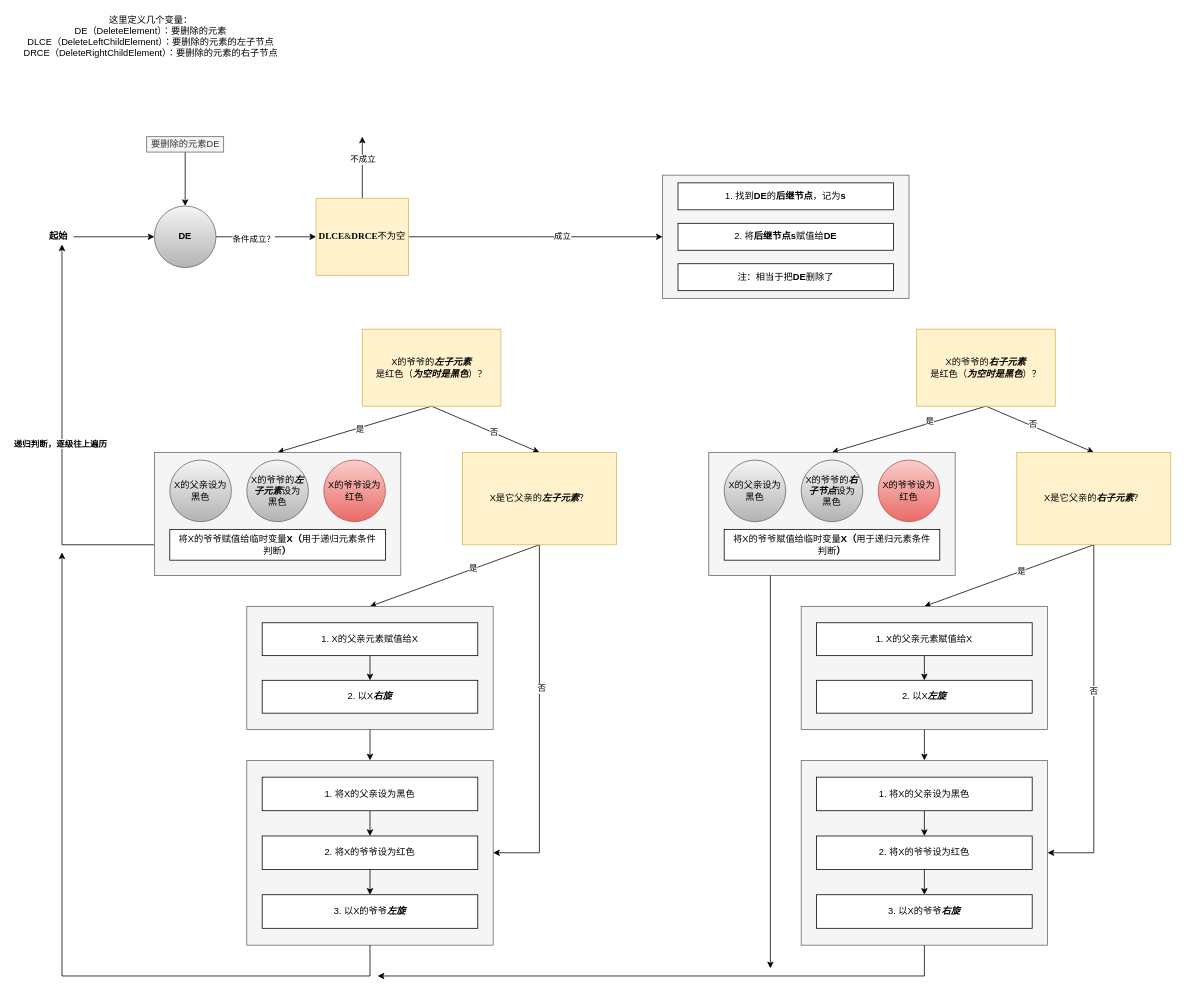
This is typora/JavaSE/6 集合/drawio/TreeMap/删除元素过程.drawio from LDChing0321/JavaLearn, a draw.io file, before an edit. Source tidied: cells renumbered, new cells numbered last; positions are measured from the earlier drawing's top-left corner, leaving out a move shared by most shapes. Both pictures are drawn from the tidied source at 77%, with x=0, y=0 at pixel (15, 13).
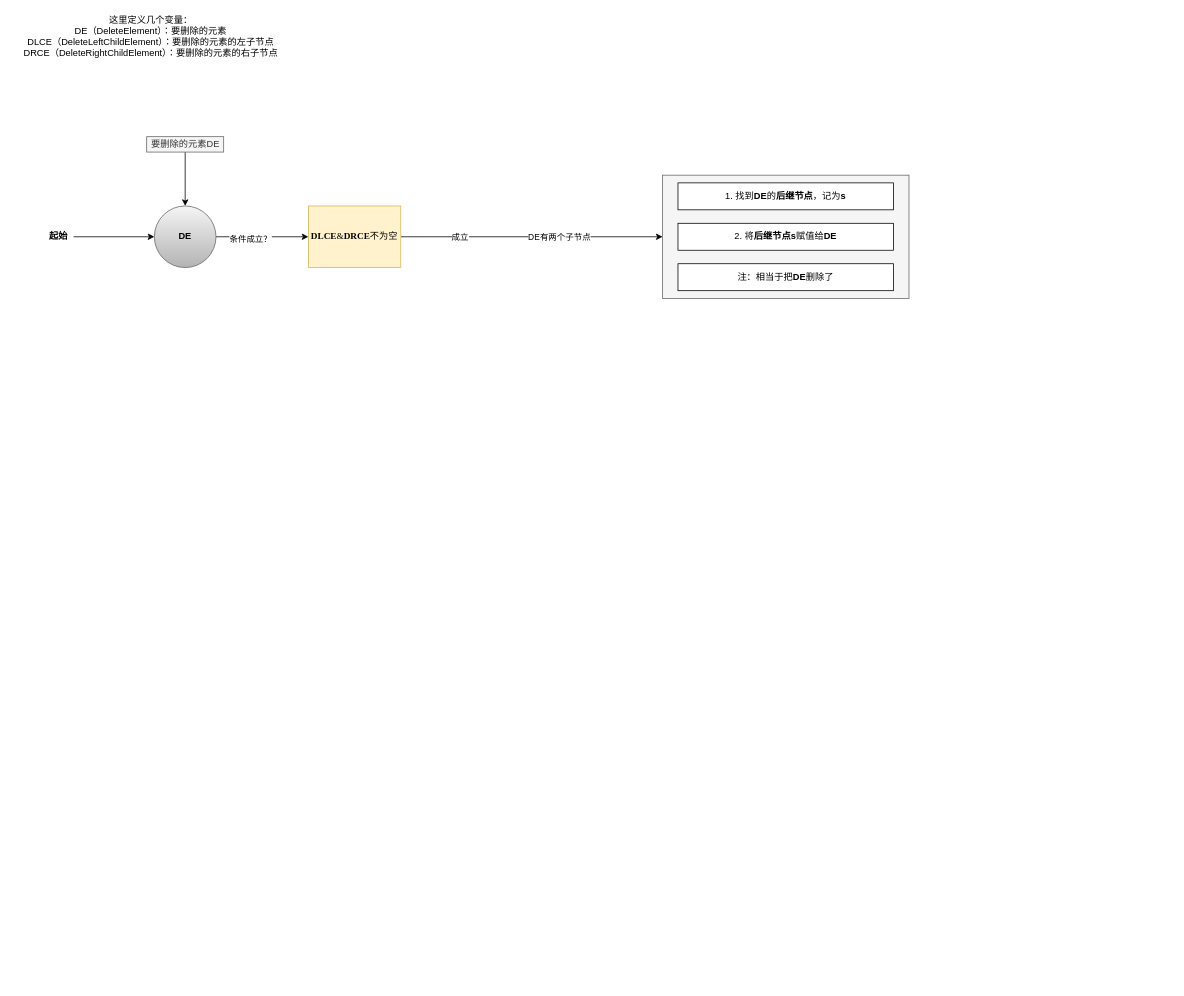
The same page after the edit.

Commit message (it also covers changes not shown here):
更新删除元素过程.drawio

Unchanged cells that the change refers to:
```xml
<mxCell id="5" value="&lt;font face=&quot;Tahoma&quot;&gt;起始&lt;/font&gt;" style="text;html=1;align=center;verticalAlign=middle;points=[];strokeColor=none;fontStyle=1;spacingTop=0;spacing=0;fontFamily=Times New Roman;" parent="1" vertex="1">
  <mxGeometry x="35" y="280" width="40" height="20" as="geometry" />
</mxCell>
<mxCell id="8" value="DE" style="ellipse;whiteSpace=wrap;html=1;fillColor=#f5f5f5;strokeColor=#666666;fontStyle=1;gradientColor=#b3b3b3;" parent="1" vertex="1">
  <mxGeometry x="180" y="250" width="80" height="80" as="geometry" />
</mxCell>
<mxCell id="9" style="edgeStyle=orthogonalEdgeStyle;rounded=0;jettySize=auto;html=1;entryX=0;entryY=0.5;entryDx=0;entryDy=0;" parent="1" edge="1" source="13">
  <mxGeometry relative="1" as="geometry">
    <mxPoint x="840" y="290" as="targetPoint" />
  </mxGeometry>
</mxCell>
```

Diff of the diagram source:
```diff
@@
     <mxCell id="6" style="edgeStyle=orthogonalEdgeStyle;rounded=0;jettySize=auto;html=1;fontFamily=Times New Roman;" parent="1" edge="1" source="8">
       <mxGeometry relative="1" as="geometry">
-        <mxPoint x="390" y="290" as="targetPoint" />
+        <mxPoint x="380" y="290" as="targetPoint" />
       </mxGeometry>
     </mxCell>
@@
     <mxCell id="10" value="成立" style="edgeLabel;html=1;align=center;verticalAlign=middle;" parent="9" vertex="1">
-      <mxGeometry x="0.21" y="2" relative="1" as="geometry" />
+      <mxGeometry x="0.21" y="2" relative="1" as="geometry">
+        <mxPoint x="-129" y="2" as="offset" />
+      </mxGeometry>
     </mxCell>
-    <mxCell id="11" style="edgeStyle=orthogonalEdgeStyle;rounded=0;jettySize=auto;html=1;" parent="1" edge="1" source="13">
-      <mxGeometry relative="1" as="geometry">
-        <mxPoint x="450" y="160" as="targetPoint" />
-      </mxGeometry>
-    </mxCell>
-    <mxCell id="12" value="不成立" style="edgeLabel;html=1;align=center;verticalAlign=middle;" parent="11" vertex="1">
-      <mxGeometry x="0.26" relative="1" as="geometry" />
-    </mxCell>
+    <mxCell id="82" value="DE有两个子节点" style="edgeLabel;html=1;align=center;verticalAlign=middle;" parent="9" vertex="1">
+      <mxGeometry x="0.21" relative="1" as="geometry" />
+    </mxCell>
     <mxCell id="13" value="&lt;b&gt;DLCE&lt;/b&gt;&amp;amp;&lt;b&gt;DRCE&lt;/b&gt;不为空" style="rounded=0;whiteSpace=wrap;html=1;fontFamily=Times New Roman;align=center;fillColor=#fff2cc;strokeColor=#d6b656;" parent="1" vertex="1">
-      <mxGeometry x="390" y="240" width="120" height="100" as="geometry" />
+      <mxGeometry x="380" y="250" width="120" height="80" as="geometry" />
     </mxCell>
-    <mxCell id="14" style="rounded=0;jettySize=auto;html=1;exitX=0.5;exitY=1;exitDx=0;exitDy=0;entryX=0.5;entryY=0;entryDx=0;entryDy=0;" parent="1" edge="1" source="18" target="45">
-      <mxGeometry relative="1" as="geometry" />
-    </mxCell>
-    <mxCell id="15" value="是" style="edgeLabel;html=1;align=center;verticalAlign=middle;" parent="14" vertex="1">
-      <mxGeometry x="-0.27" y="-2" relative="1" as="geometry" />
-    </mxCell>
-    <mxCell id="16" style="edgeStyle=none;rounded=0;jettySize=auto;html=1;exitX=0.5;exitY=1;exitDx=0;exitDy=0;entryX=0.5;entryY=0;entryDx=0;entryDy=0;" parent="1" edge="1" source="18" target="54">
-      <mxGeometry relative="1" as="geometry" />
-    </mxCell>
-    <mxCell id="17" value="否" style="edgeLabel;html=1;align=center;verticalAlign=middle;" parent="16" vertex="1">
-      <mxGeometry x="-0.15" y="2" relative="1" as="geometry" />
-    </mxCell>
-    <mxCell id="18" value="X的爷爷的&lt;b&gt;&lt;font size=&quot;1&quot;&gt;&lt;i style=&quot;font-size: 12px&quot;&gt;右子元素&lt;/i&gt;&lt;/font&gt;&lt;/b&gt;&lt;br&gt;是红色（&lt;b&gt;&lt;i&gt;为空时是黑色&lt;/i&gt;&lt;/b&gt;）？" style="rounded=0;whiteSpace=wrap;html=1;fillColor=#fff2cc;strokeColor=#d6b656;" parent="1" vertex="1">
-      <mxGeometry x="1170" y="410" width="180" height="100" as="geometry" />
-    </mxCell>
-    <mxCell id="19" style="edgeStyle=none;rounded=0;jettySize=auto;html=1;exitX=0.5;exitY=1;exitDx=0;exitDy=0;entryX=0.5;entryY=0;entryDx=0;entryDy=0;" parent="1" edge="1" source="23" target="39">
-      <mxGeometry relative="1" as="geometry" />
-    </mxCell>
-    <mxCell id="20" value="是" style="edgeLabel;html=1;align=center;verticalAlign=middle;" parent="19" vertex="1">
-      <mxGeometry x="-0.06" y="1" relative="1" as="geometry" />
-    </mxCell>
-    <mxCell id="21" style="edgeStyle=none;rounded=0;jettySize=auto;html=1;exitX=0.5;exitY=1;exitDx=0;exitDy=0;entryX=0.5;entryY=0;entryDx=0;entryDy=0;" parent="1" edge="1" source="23" target="30">
-      <mxGeometry relative="1" as="geometry" />
-    </mxCell>
-    <mxCell id="22" value="否" style="edgeLabel;html=1;align=center;verticalAlign=middle;" parent="21" vertex="1">
-      <mxGeometry x="0.15" y="1" relative="1" as="geometry">
-        <mxPoint x="-1" as="offset" />
-      </mxGeometry>
-    </mxCell>
-    <mxCell id="23" value="X的爷爷的&lt;b&gt;&lt;font size=&quot;1&quot;&gt;&lt;i style=&quot;font-size: 12px&quot;&gt;左子元素&lt;/i&gt;&lt;/font&gt;&lt;/b&gt;&lt;br&gt;是红色（&lt;b&gt;&lt;i&gt;为空时是黑色&lt;/i&gt;&lt;/b&gt;）？" style="rounded=0;whiteSpace=wrap;html=1;fillColor=#fff2cc;strokeColor=#d6b656;" parent="1" vertex="1">
-      <mxGeometry x="450" y="410" width="180" height="100" as="geometry" />
-    </mxCell>
-    <mxCell id="24" style="edgeStyle=orthogonalEdgeStyle;rounded=0;jettySize=auto;html=1;" parent="1" edge="1" source="39" target="5">
-      <mxGeometry relative="1" as="geometry">
-        <Array as="points">
-          <mxPoint x="60" y="690" />
-        </Array>
-      </mxGeometry>
-    </mxCell>
-    <mxCell id="25" value="递归判断，逐级往上遍历" style="edgeLabel;html=1;align=center;verticalAlign=middle;fontStyle=1;" parent="24" vertex="1">
-      <mxGeometry x="-0.01" y="3" relative="1" as="geometry" />
-    </mxCell>
-    <mxCell id="26" style="edgeStyle=none;rounded=0;jettySize=auto;html=1;exitX=0.5;exitY=1;exitDx=0;exitDy=0;entryX=0.5;entryY=0;entryDx=0;entryDy=0;" parent="1" edge="1" source="30" target="69">
-      <mxGeometry relative="1" as="geometry" />
-    </mxCell>
-    <mxCell id="27" value="是" style="edgeLabel;html=1;align=center;verticalAlign=middle;" parent="26" vertex="1">
-      <mxGeometry x="-0.21" y="-1" relative="1" as="geometry" />
-    </mxCell>
-    <mxCell id="28" style="edgeStyle=orthogonalEdgeStyle;rounded=0;jettySize=auto;html=1;exitX=0.5;exitY=1;exitDx=0;exitDy=0;entryX=1;entryY=0.5;entryDx=0;entryDy=0;" parent="1" edge="1" source="30" target="32">
-      <mxGeometry relative="1" as="geometry" />
-    </mxCell>
-    <mxCell id="29" value="否" style="edgeLabel;html=1;align=center;verticalAlign=middle;" parent="28" vertex="1">
-      <mxGeometry x="-0.19" y="2" relative="1" as="geometry" />
-    </mxCell>
-    <mxCell id="30" value="X是它父亲的&lt;b&gt;&lt;i&gt;左子元素&lt;/i&gt;&lt;/b&gt;？" style="rounded=0;whiteSpace=wrap;html=1;fillColor=#fff2cc;strokeColor=#d6b656;" parent="1" vertex="1">
-      <mxGeometry x="580" y="570" width="200" height="120" as="geometry" />
-    </mxCell>
-    <mxCell id="31" style="group;" parent="1" vertex="1">
-      <mxGeometry x="300" y="970" width="320" height="240" as="geometry" />
-    </mxCell>
-    <mxCell id="32" style="rounded=0;whiteSpace=wrap;html=1;fillColor=#f5f5f5;strokeColor=#666666;fontColor=#333333;" parent="31" vertex="1">
-      <mxGeometry width="320" height="240" as="geometry" />
-    </mxCell>
-    <mxCell id="33" value="1.&amp;nbsp;将X的父亲设为黑色" style="rounded=0;whiteSpace=wrap;html=1;" parent="31" vertex="1">
-      <mxGeometry x="20" y="21.8" width="280" height="43.6" as="geometry" />
-    </mxCell>
-    <mxCell id="34" value="2.&amp;nbsp;将X的爷爷设为红色" style="rounded=0;whiteSpace=wrap;html=1;" parent="31" vertex="1">
-      <mxGeometry x="20" y="98.2" width="280" height="43.6" as="geometry" />
-    </mxCell>
-    <mxCell id="35" style="edgeStyle=none;rounded=0;jettySize=auto;html=1;" parent="31" edge="1" source="33" target="34">
-      <mxGeometry relative="1" as="geometry" />
-    </mxCell>
-    <mxCell id="36" value="3.&amp;nbsp;以X的爷爷&lt;b&gt;&lt;i&gt;左旋&lt;/i&gt;&lt;/b&gt;" style="rounded=0;whiteSpace=wrap;html=1;" parent="31" vertex="1">
-      <mxGeometry x="20" y="174.5" width="280" height="43.6" as="geometry" />
-    </mxCell>
-    <mxCell id="37" style="edgeStyle=none;rounded=0;jettySize=auto;html=1;" parent="31" edge="1" source="34" target="36">
-      <mxGeometry relative="1" as="geometry" />
-    </mxCell>
-    <mxCell id="38" style="group;" parent="1" vertex="1">
-      <mxGeometry x="180" y="570" width="320" height="160" as="geometry" />
-    </mxCell>
-    <mxCell id="39" style="rounded=0;whiteSpace=wrap;html=1;fillColor=#f5f5f5;strokeColor=#666666;fontColor=#333333;" parent="38" vertex="1">
-      <mxGeometry width="320" height="160" as="geometry" />
-    </mxCell>
-    <mxCell id="40" value="X的父亲设为&lt;br&gt;黑色" style="ellipse;whiteSpace=wrap;html=1;fillColor=#f5f5f5;strokeColor=#666666;gradientColor=#b3b3b3;" parent="38" vertex="1">
-      <mxGeometry x="20" y="10" width="80" height="80" as="geometry" />
-    </mxCell>
-    <mxCell id="41" value="X的爷爷的&lt;b&gt;&lt;font style=&quot;font-size: 12px&quot;&gt;&lt;i&gt;左子元素&lt;/i&gt;&lt;/font&gt;&lt;/b&gt;设为&lt;br&gt;黑色" style="ellipse;whiteSpace=wrap;html=1;fillColor=#f5f5f5;strokeColor=#666666;gradientColor=#b3b3b3;" parent="38" vertex="1">
-      <mxGeometry x="120" y="10" width="80" height="80" as="geometry" />
-    </mxCell>
-    <mxCell id="42" value="X的爷爷设为&lt;br&gt;红色" style="ellipse;whiteSpace=wrap;html=1;fillColor=#f8cecc;strokeColor=#b85450;gradientColor=#ea6b66;" parent="38" vertex="1">
-      <mxGeometry x="220" y="10" width="80" height="80" as="geometry" />
-    </mxCell>
-    <mxCell id="43" value="将X的爷爷赋值给临时变量&lt;b&gt;X（&lt;/b&gt;用于递归元素条件&lt;br&gt;判断&lt;b&gt;）&lt;/b&gt;" style="rounded=0;whiteSpace=wrap;html=1;" parent="38" vertex="1">
-      <mxGeometry x="20" y="100" width="280" height="40" as="geometry" />
-    </mxCell>
-    <mxCell id="44" style="group;" parent="1" vertex="1">
-      <mxGeometry x="900" y="570" width="320" height="160" as="geometry" />
-    </mxCell>
-    <mxCell id="45" style="rounded=0;whiteSpace=wrap;html=1;fillColor=#f5f5f5;strokeColor=#666666;fontColor=#333333;" parent="44" vertex="1">
-      <mxGeometry width="320" height="160" as="geometry" />
-    </mxCell>
-    <mxCell id="46" value="X的父亲设为&lt;br&gt;黑色" style="ellipse;whiteSpace=wrap;html=1;fillColor=#f5f5f5;strokeColor=#666666;gradientColor=#b3b3b3;" parent="44" vertex="1">
-      <mxGeometry x="20" y="10" width="80" height="80" as="geometry" />
-    </mxCell>
-    <mxCell id="47" value="X的爷爷的&lt;font size=&quot;1&quot;&gt;&lt;b&gt;&lt;i style=&quot;font-size: 12px&quot;&gt;右子节点&lt;/i&gt;&lt;/b&gt;&lt;/font&gt;设为&lt;br&gt;黑色" style="ellipse;whiteSpace=wrap;html=1;fillColor=#f5f5f5;strokeColor=#666666;gradientColor=#b3b3b3;" parent="44" vertex="1">
-      <mxGeometry x="120" y="10" width="80" height="80" as="geometry" />
-    </mxCell>
-    <mxCell id="48" value="X的爷爷设为&lt;br&gt;红色" style="ellipse;whiteSpace=wrap;html=1;fillColor=#f8cecc;strokeColor=#b85450;gradientColor=#ea6b66;" parent="44" vertex="1">
-      <mxGeometry x="220" y="10" width="80" height="80" as="geometry" />
-    </mxCell>
-    <mxCell id="49" value="将X的爷爷赋值给临时变量&lt;b&gt;X（&lt;/b&gt;用于递归元素条件&lt;br&gt;判断&lt;b&gt;）&lt;/b&gt;" style="rounded=0;whiteSpace=wrap;html=1;" parent="44" vertex="1">
-      <mxGeometry x="20" y="100" width="280" height="40" as="geometry" />
-    </mxCell>
-    <mxCell id="50" style="rounded=0;jettySize=auto;html=1;exitX=0.5;exitY=1;exitDx=0;exitDy=0;entryX=0.5;entryY=0;entryDx=0;entryDy=0;" parent="1" edge="1" source="54" target="63">
-      <mxGeometry relative="1" as="geometry" />
-    </mxCell>
-    <mxCell id="51" value="是" style="edgeLabel;html=1;align=center;verticalAlign=middle;" parent="50" vertex="1">
-      <mxGeometry x="-0.14" relative="1" as="geometry" />
-    </mxCell>
-    <mxCell id="52" style="edgeStyle=orthogonalEdgeStyle;rounded=0;jettySize=auto;html=1;exitX=0.5;exitY=1;exitDx=0;exitDy=0;entryX=1;entryY=0.5;entryDx=0;entryDy=0;" parent="1" edge="1" source="54" target="56">
-      <mxGeometry relative="1" as="geometry" />
-    </mxCell>
-    <mxCell id="53" value="否" style="edgeLabel;html=1;align=center;verticalAlign=middle;" parent="52" vertex="1">
-      <mxGeometry x="-0.18" y="-1" relative="1" as="geometry" />
-    </mxCell>
-    <mxCell id="54" value="X是它父亲的&lt;b&gt;&lt;i&gt;右子元素&lt;/i&gt;&lt;/b&gt;？" style="rounded=0;whiteSpace=wrap;html=1;fillColor=#fff2cc;strokeColor=#d6b656;" parent="1" vertex="1">
-      <mxGeometry x="1300" y="570" width="200" height="120" as="geometry" />
-    </mxCell>
-    <mxCell id="55" style="group;" parent="1" vertex="1">
-      <mxGeometry x="1020" y="970" width="320" height="240" as="geometry" />
-    </mxCell>
-    <mxCell id="56" style="rounded=0;whiteSpace=wrap;html=1;fillColor=#f5f5f5;strokeColor=#666666;fontColor=#333333;" parent="55" vertex="1">
-      <mxGeometry width="320" height="240" as="geometry" />
-    </mxCell>
-    <mxCell id="57" value="1.&amp;nbsp;将X的父亲设为黑色" style="rounded=0;whiteSpace=wrap;html=1;" parent="55" vertex="1">
-      <mxGeometry x="20" y="21.8" width="280" height="43.6" as="geometry" />
-    </mxCell>
-    <mxCell id="58" value="2.&amp;nbsp;将X的爷爷设为红色" style="rounded=0;whiteSpace=wrap;html=1;" parent="55" vertex="1">
-      <mxGeometry x="20" y="98.2" width="280" height="43.6" as="geometry" />
-    </mxCell>
-    <mxCell id="59" style="edgeStyle=none;rounded=0;jettySize=auto;html=1;" parent="55" edge="1" source="57" target="58">
-      <mxGeometry relative="1" as="geometry" />
-    </mxCell>
-    <mxCell id="60" value="3.&amp;nbsp;以X的爷爷&lt;b&gt;&lt;i&gt;右旋&lt;/i&gt;&lt;/b&gt;" style="rounded=0;whiteSpace=wrap;html=1;" parent="55" vertex="1">
-      <mxGeometry x="20" y="174.5" width="280" height="43.6" as="geometry" />
-    </mxCell>
-    <mxCell id="61" style="edgeStyle=none;rounded=0;jettySize=auto;html=1;" parent="55" edge="1" source="58" target="60">
-      <mxGeometry relative="1" as="geometry" />
-    </mxCell>
-    <mxCell id="62" style="group;" parent="1" vertex="1">
-      <mxGeometry x="1020" y="770" width="320" height="160" as="geometry" />
-    </mxCell>
-    <mxCell id="63" style="rounded=0;whiteSpace=wrap;html=1;fillColor=#f5f5f5;strokeColor=#666666;fontColor=#333333;" parent="62" vertex="1">
-      <mxGeometry width="320" height="160" as="geometry" />
-    </mxCell>
-    <mxCell id="64" value="1. X的父亲元素赋值给X" style="rounded=0;whiteSpace=wrap;html=1;" parent="62" vertex="1">
-      <mxGeometry x="20" y="21.3" width="280" height="42.7" as="geometry" />
-    </mxCell>
-    <mxCell id="65" value="2.&amp;nbsp;以X&lt;b&gt;&lt;i&gt;左旋&lt;/i&gt;&lt;/b&gt;" style="rounded=0;whiteSpace=wrap;html=1;" parent="62" vertex="1">
-      <mxGeometry x="20" y="96" width="280" height="42.7" as="geometry" />
-    </mxCell>
-    <mxCell id="66" style="edgeStyle=none;rounded=0;jettySize=auto;html=1;" parent="62" edge="1" source="64" target="65">
-      <mxGeometry as="geometry" />
-    </mxCell>
-    <mxCell id="67" style="edgeStyle=none;rounded=0;jettySize=auto;html=1;entryX=0.5;entryY=0;entryDx=0;entryDy=0;" parent="1" edge="1" source="63" target="56">
-      <mxGeometry relative="1" as="geometry" />
-    </mxCell>
-    <mxCell id="68" style="group;" parent="1" vertex="1">
-      <mxGeometry x="300" y="770" width="320" height="160" as="geometry" />
-    </mxCell>
-    <mxCell id="69" style="rounded=0;whiteSpace=wrap;html=1;fillColor=#f5f5f5;strokeColor=#666666;fontColor=#333333;" parent="68" vertex="1">
-      <mxGeometry width="320" height="160" as="geometry" />
-    </mxCell>
-    <mxCell id="70" value="1. X的父亲元素赋值给X" style="rounded=0;whiteSpace=wrap;html=1;" parent="68" vertex="1">
-      <mxGeometry x="20" y="21.3" width="280" height="42.7" as="geometry" />
-    </mxCell>
-    <mxCell id="71" value="2.&amp;nbsp;以X&lt;b&gt;&lt;i&gt;右旋&lt;/i&gt;&lt;/b&gt;" style="rounded=0;whiteSpace=wrap;html=1;" parent="68" vertex="1">
-      <mxGeometry x="20" y="96" width="280" height="42.7" as="geometry" />
-    </mxCell>
-    <mxCell id="72" style="edgeStyle=none;rounded=0;jettySize=auto;html=1;" parent="68" edge="1" source="70" target="71">
-      <mxGeometry as="geometry" />
-    </mxCell>
-    <mxCell id="73" style="edgeStyle=orthogonalEdgeStyle;rounded=0;jettySize=auto;html=1;" parent="1" edge="1" source="69">
-      <mxGeometry relative="1" as="geometry">
-        <mxPoint x="460" y="970" as="targetPoint" />
-      </mxGeometry>
-    </mxCell>
-    <mxCell id="74" style="edgeStyle=orthogonalEdgeStyle;rounded=0;jettySize=auto;html=1;exitX=0.5;exitY=1;exitDx=0;exitDy=0;" parent="1" edge="1" source="32">
-      <mxGeometry relative="1" as="geometry">
-        <mxPoint x="60" y="700" as="targetPoint" />
-        <Array as="points">
-          <mxPoint x="460" y="1250" />
-          <mxPoint x="60" y="1250" />
-        </Array>
-      </mxGeometry>
-    </mxCell>
-    <mxCell id="75" style="rounded=0;jettySize=auto;html=1;exitX=0.5;exitY=1;exitDx=0;exitDy=0;edgeStyle=orthogonalEdgeStyle;" parent="1" edge="1" source="56">
-      <mxGeometry relative="1" as="geometry">
-        <mxPoint x="470" y="1250" as="targetPoint" />
-        <Array as="points">
-          <mxPoint x="1180" y="1250" />
-        </Array>
-      </mxGeometry>
-    </mxCell>
-    <mxCell id="76" style="edgeStyle=orthogonalEdgeStyle;rounded=0;jettySize=auto;html=1;exitX=0.25;exitY=1;exitDx=0;exitDy=0;" parent="1" edge="1" source="45">
-      <mxGeometry relative="1" as="geometry">
-        <mxPoint x="980" y="1240" as="targetPoint" />
-      </mxGeometry>
-    </mxCell>
```
